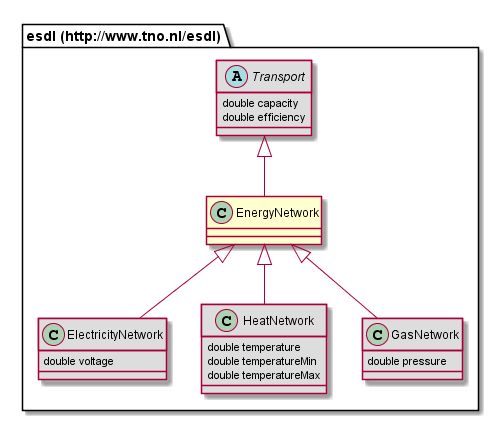
Earlier version of the PlantUML export 687474703a2f2f7777772e746e6f2e6e6c2f6573646c/EnergyNetwork.png (EnergyTransition/energytransition.github.io). Source of this version:
```plantuml
@startuml
class "esdl (http://www.tno.nl/esdl).EnergyNetwork" [[#router/doc-content/687474703a2f2f7777772e746e6f2e6e6c2f6573646c/EnergyNetwork.html]] {
}
abstract class "esdl (http://www.tno.nl/esdl).Transport" [[#router/doc-content/687474703a2f2f7777772e746e6f2e6e6c2f6573646c/Transport.html{An abstract class that describes EnergyAssets that can transport energy. }]] #DDDDDD {
	double capacity
	double efficiency
}
class "esdl (http://www.tno.nl/esdl).ElectricityNetwork" [[#router/doc-content/687474703a2f2f7777772e746e6f2e6e6c2f6573646c/ElectricityNetwork.html{Describes an complete Electricty network, without detailing the complete topology. }]] #DDDDDD {
	double voltage
}
class "esdl (http://www.tno.nl/esdl).HeatNetwork" [[#router/doc-content/687474703a2f2f7777772e746e6f2e6e6c2f6573646c/HeatNetwork.html{Describes an complete heat network, without detailing the complete topology. }]] #DDDDDD {
	double temperature
	double temperatureMin
	double temperatureMax
}
class "esdl (http://www.tno.nl/esdl).GasNetwork" [[#router/doc-content/687474703a2f2f7777772e746e6f2e6e6c2f6573646c/GasNetwork.html{Describes an complete gas network, without detailing the complete topology. }]] #DDDDDD {
	double pressure
}
"esdl (http://www.tno.nl/esdl).EnergyNetwork" <|-- "esdl (http://www.tno.nl/esdl).ElectricityNetwork"
"esdl (http://www.tno.nl/esdl).Transport" <|-- "esdl (http://www.tno.nl/esdl).EnergyNetwork"
"esdl (http://www.tno.nl/esdl).EnergyNetwork" <|-- "esdl (http://www.tno.nl/esdl).HeatNetwork"
"esdl (http://www.tno.nl/esdl).EnergyNetwork" <|-- "esdl (http://www.tno.nl/esdl).GasNetwork"
@enduml
```
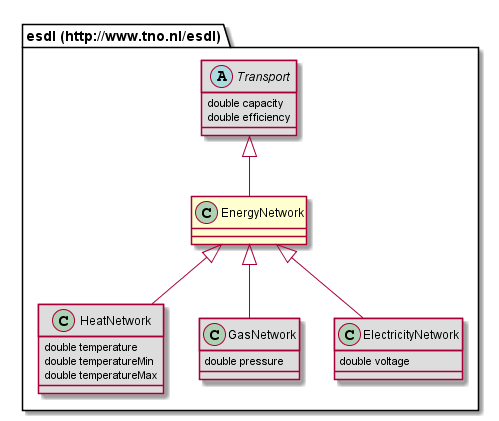
The same file after the commit.

What changed in the source:
```diff
@@ -1,12 +1,5 @@
 @startuml
 class "esdl (http://www.tno.nl/esdl).EnergyNetwork" [[#router/doc-content/687474703a2f2f7777772e746e6f2e6e6c2f6573646c/EnergyNetwork.html]] {
-}
-abstract class "esdl (http://www.tno.nl/esdl).Transport" [[#router/doc-content/687474703a2f2f7777772e746e6f2e6e6c2f6573646c/Transport.html{An abstract class that describes EnergyAssets that can transport energy. }]] #DDDDDD {
-	double capacity
-	double efficiency
-}
-class "esdl (http://www.tno.nl/esdl).ElectricityNetwork" [[#router/doc-content/687474703a2f2f7777772e746e6f2e6e6c2f6573646c/ElectricityNetwork.html{Describes an complete Electricty network, without detailing the complete topology. }]] #DDDDDD {
-	double voltage
 }
 class "esdl (http://www.tno.nl/esdl).HeatNetwork" [[#router/doc-content/687474703a2f2f7777772e746e6f2e6e6c2f6573646c/HeatNetwork.html{Describes an complete heat network, without detailing the complete topology. }]] #DDDDDD {
 	double temperature
@@ -16,8 +9,15 @@
 class "esdl (http://www.tno.nl/esdl).GasNetwork" [[#router/doc-content/687474703a2f2f7777772e746e6f2e6e6c2f6573646c/GasNetwork.html{Describes an complete gas network, without detailing the complete topology. }]] #DDDDDD {
 	double pressure
 }
-"esdl (http://www.tno.nl/esdl).EnergyNetwork" <|-- "esdl (http://www.tno.nl/esdl).ElectricityNetwork"
+class "esdl (http://www.tno.nl/esdl).ElectricityNetwork" [[#router/doc-content/687474703a2f2f7777772e746e6f2e6e6c2f6573646c/ElectricityNetwork.html{Describes an complete Electricty network, without detailing the complete topology. }]] #DDDDDD {
+	double voltage
+}
+abstract class "esdl (http://www.tno.nl/esdl).Transport" [[#router/doc-content/687474703a2f2f7777772e746e6f2e6e6c2f6573646c/Transport.html{An abstract class that describes EnergyAssets that can transport energy. }]] #DDDDDD {
+	double capacity
+	double efficiency
+}
 "esdl (http://www.tno.nl/esdl).Transport" <|-- "esdl (http://www.tno.nl/esdl).EnergyNetwork"
 "esdl (http://www.tno.nl/esdl).EnergyNetwork" <|-- "esdl (http://www.tno.nl/esdl).HeatNetwork"
 "esdl (http://www.tno.nl/esdl).EnergyNetwork" <|-- "esdl (http://www.tno.nl/esdl).GasNetwork"
+"esdl (http://www.tno.nl/esdl).EnergyNetwork" <|-- "esdl (http://www.tno.nl/esdl).ElectricityNetwork"
 @enduml
```
